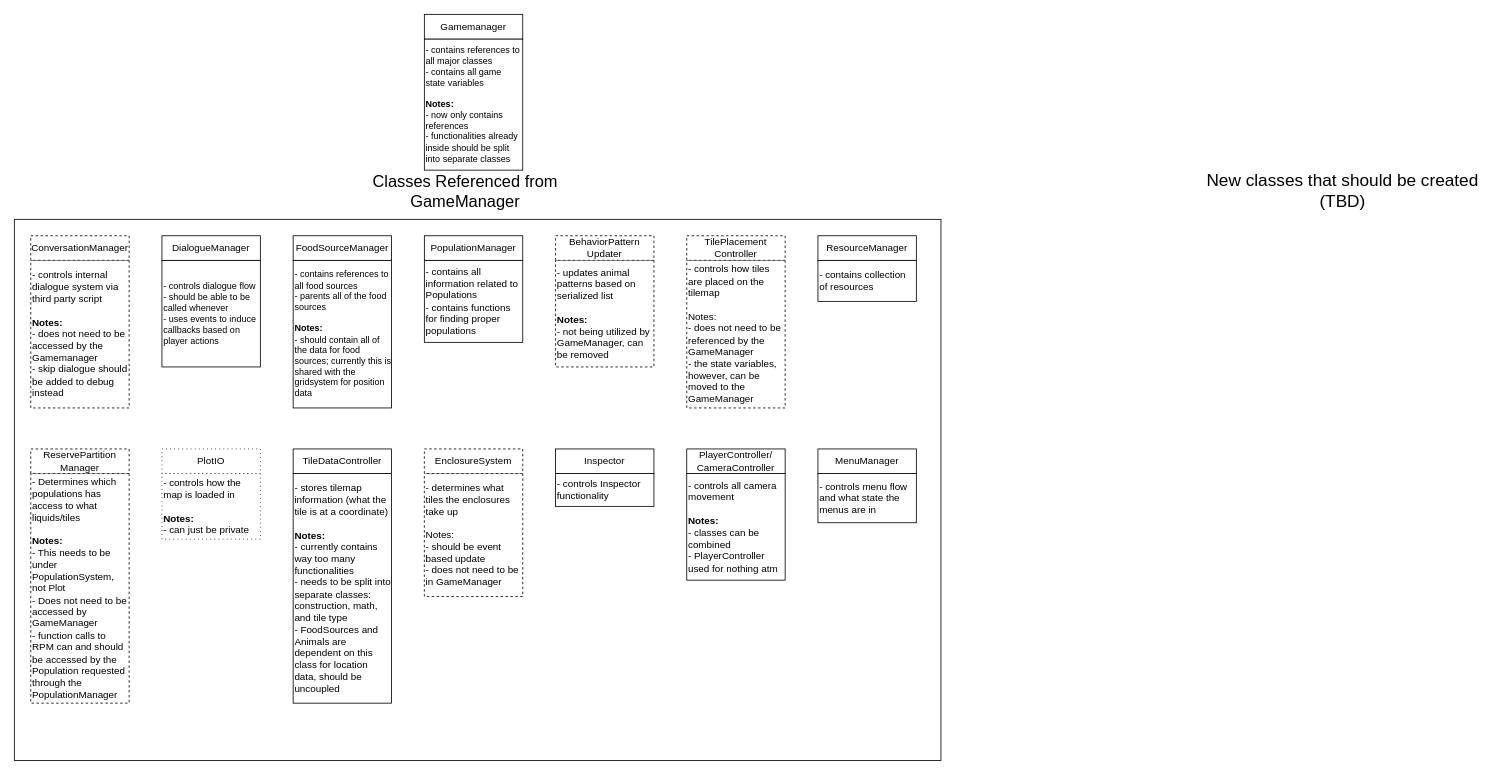
This is page "GameManager" (1 of 2) of Space-Zoologist/Class Hierarchy.drawio from louieGameTeam/Space-Zoologist, a draw.io file, before an edit. Source tidied: cells renumbered, new cells numbered last; positions are measured from the earlier drawing's top-left corner, leaving out a move shared by most shapes. Both pictures are drawn from the tidied source at 82%, with x=0, y=0 at pixel (14, 14).
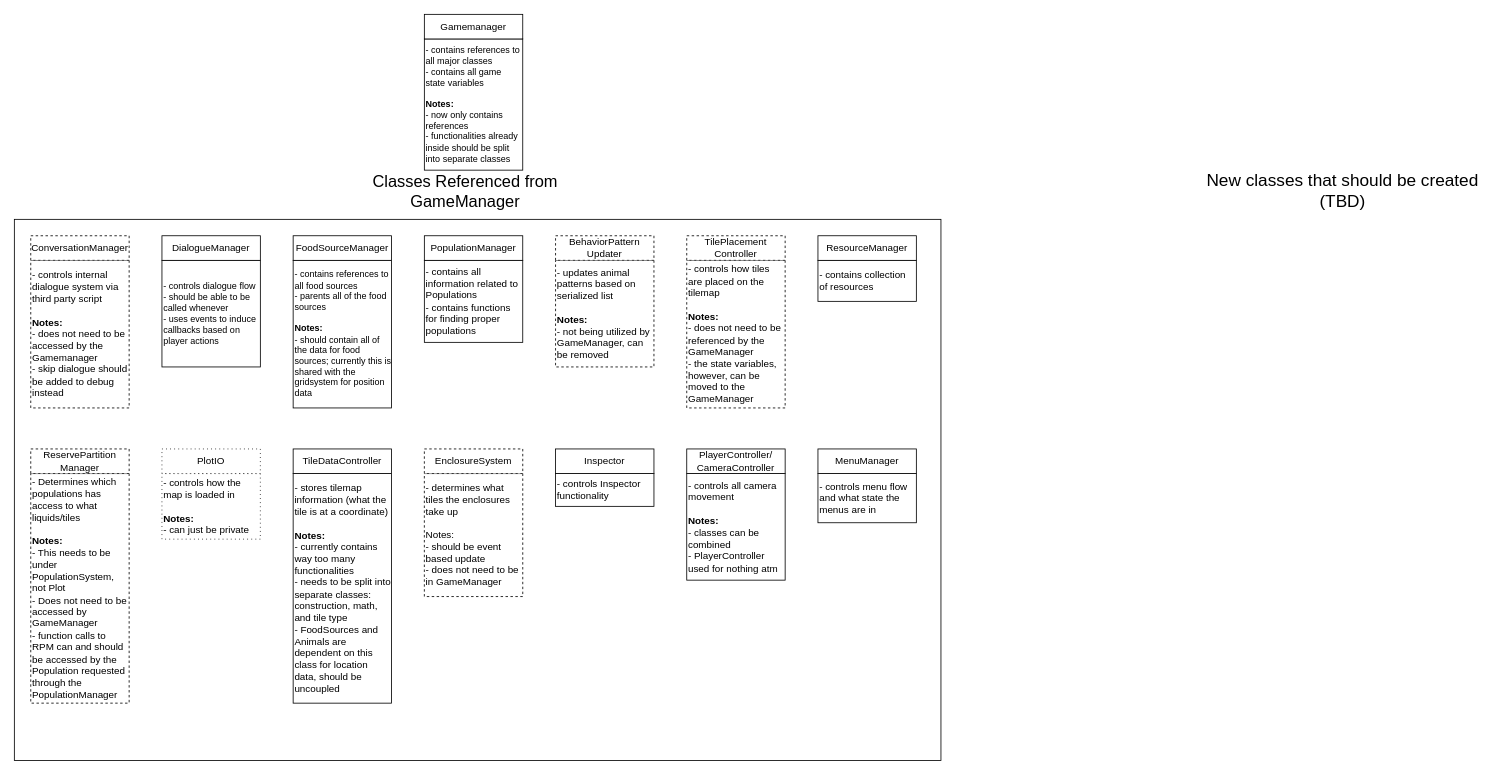
Above is the later version.

Diff of the diagram source:
```diff
@@
-    <mxCell id="22" value="&lt;div&gt;- controls how tiles are placed on the tilemap&lt;/div&gt;&lt;div&gt;&lt;br&gt;&lt;/div&gt;&lt;div&gt;Notes:&lt;/div&gt;&lt;div&gt;- does not need to be referenced by the GameManager&lt;/div&gt;&lt;div&gt;- the state variables, however, can be moved to the GameManager&lt;br&gt;&lt;/div&gt;" style="rounded=0;whiteSpace=wrap;html=1;align=left;dashed=1;" parent="1" vertex="1">
+    <mxCell id="22" value="&lt;div&gt;- controls how tiles are placed on the tilemap&lt;/div&gt;&lt;div&gt;&lt;br&gt;&lt;/div&gt;&lt;div&gt;&lt;b&gt;Notes:&lt;/b&gt;&lt;/div&gt;&lt;div&gt;- does not need to be referenced by the GameManager&lt;/div&gt;&lt;div&gt;- the state variables, however, can be moved to the GameManager&lt;br&gt;&lt;/div&gt;" style="rounded=0;whiteSpace=wrap;html=1;align=left;dashed=1;" parent="1" vertex="1">
       <mxGeometry x="820" y="300" width="120" height="180" as="geometry" />
     </mxCell>
```
